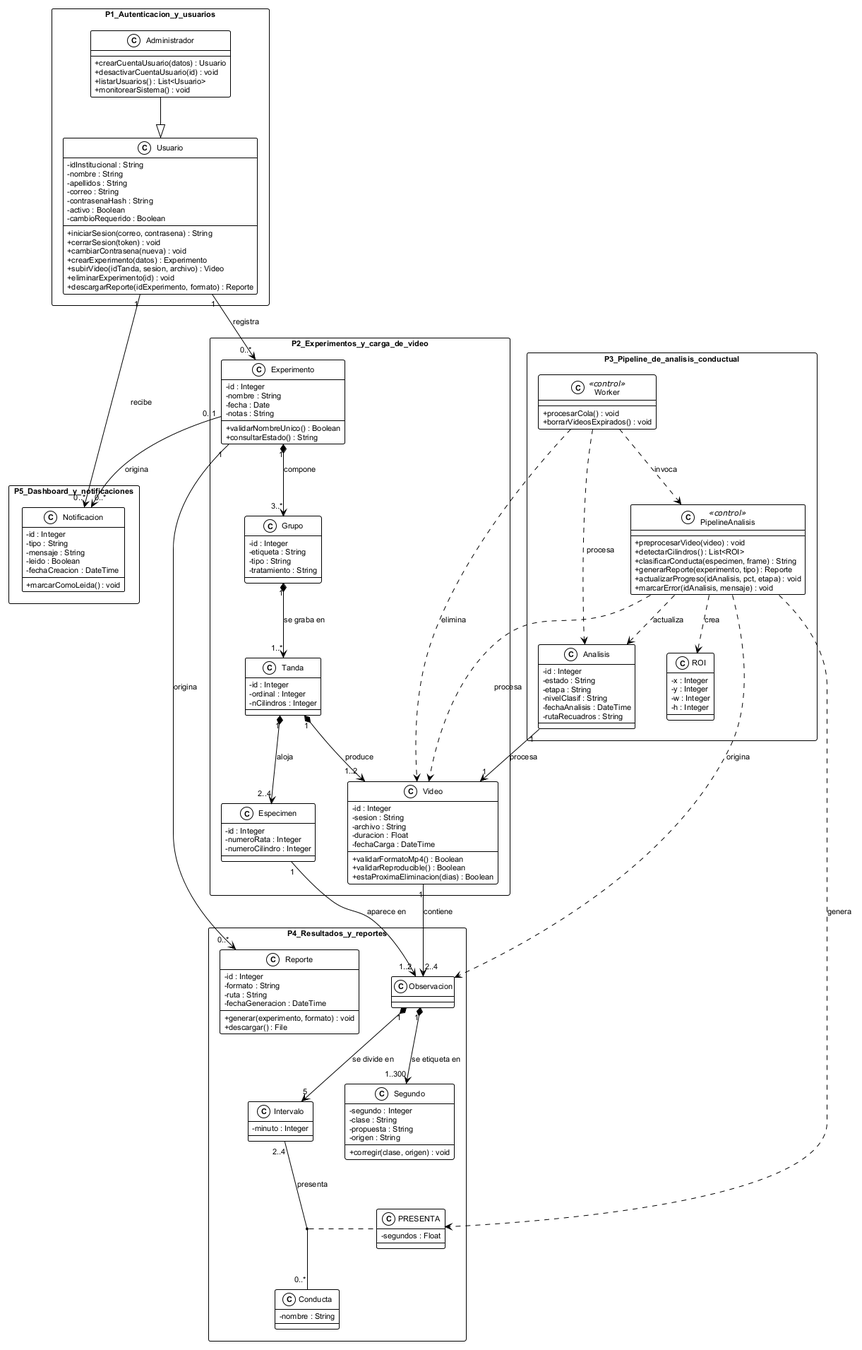
The PlantUML diagram diagramas/clases.png in ErickJester/fst-ai-system-latex, before a commit.
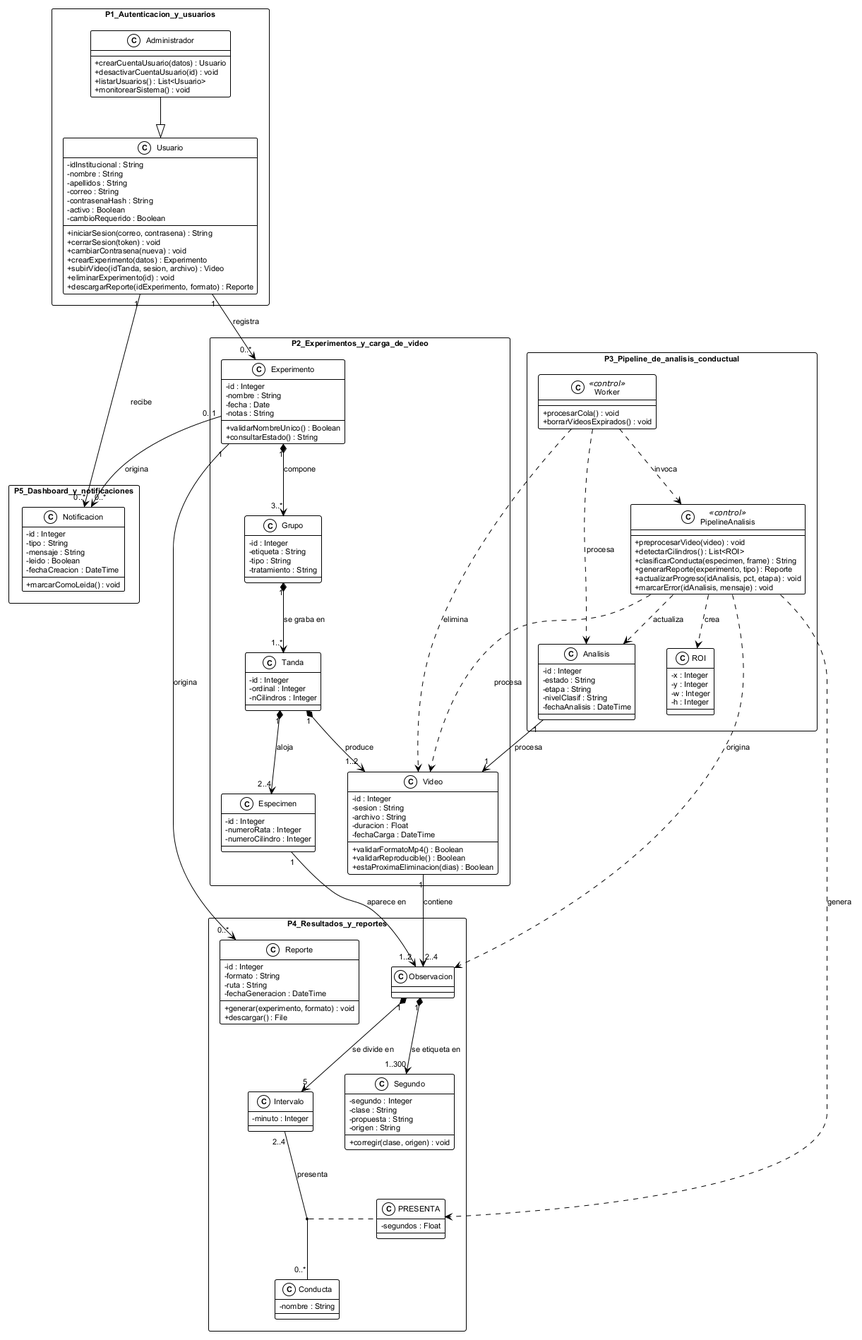
The same diagram one commit later.

What changed in the source:
```diff
@@ -107,7 +107,6 @@
     -etapa : String
     -nivelClasif : String
     -fechaAnalisis : DateTime
-    -rutaRecuadros : String
   }
 }
 
```
